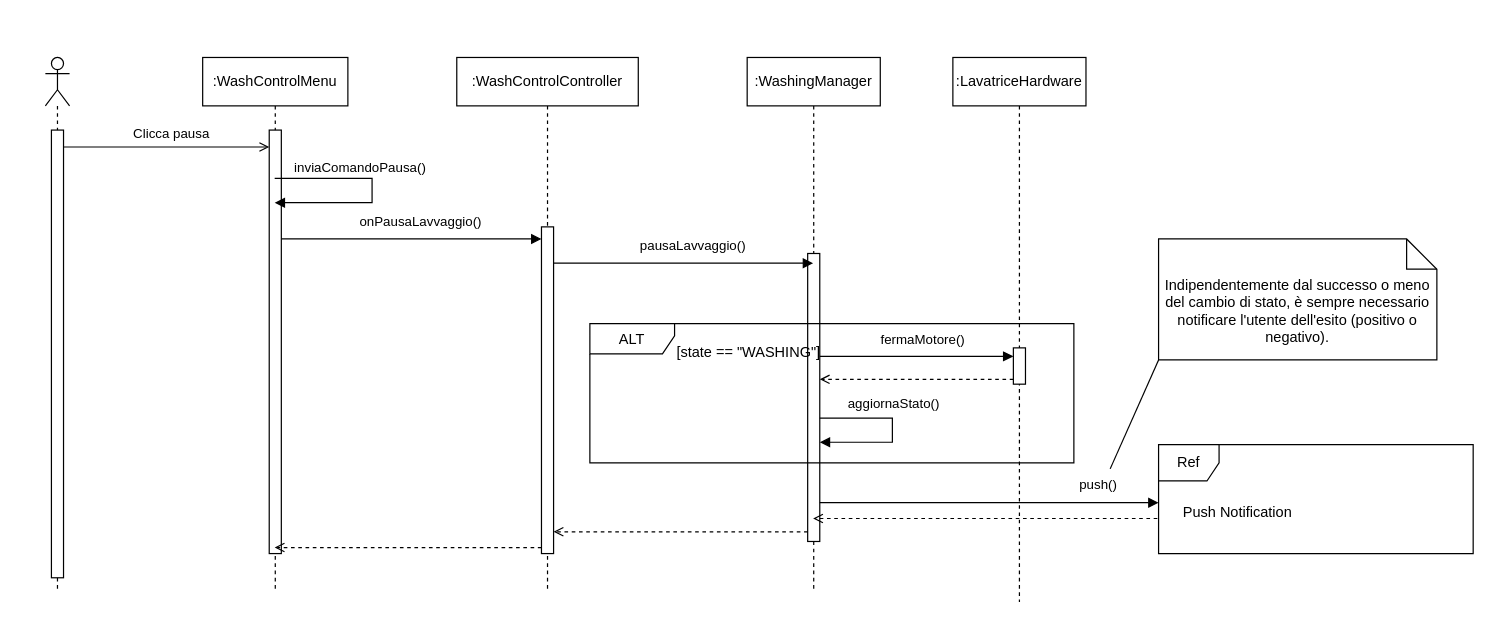
Above: content/seq/seqPausaLav.drawio in uni-aca100/ing-proj (draw.io), before the change. Source tidied: cells renumbered, new cells numbered last; positions are measured from the earlier drawing's top-left corner, leaving out a move shared by most shapes. Both pictures are drawn from the tidied source at 121%, with x=0, y=0 at pixel (45, 57).
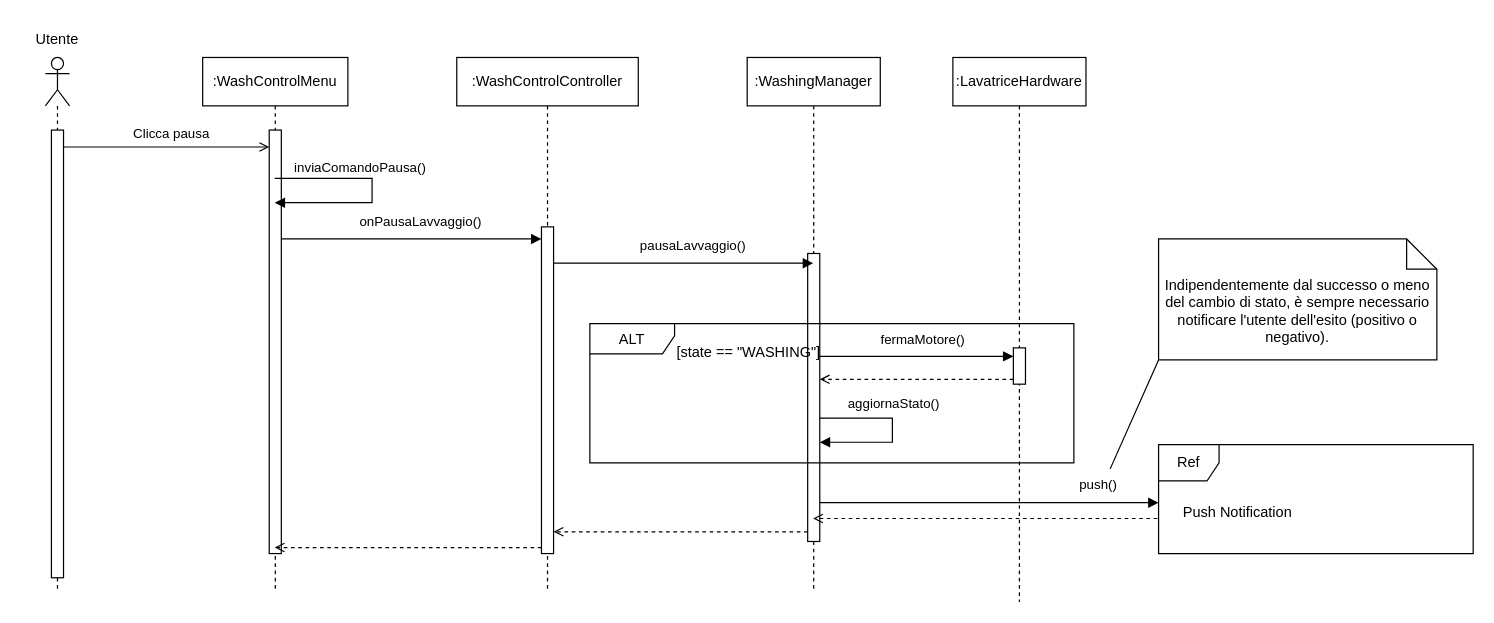
The same diagram, later.

What changed in the source:
```diff
@@
+    <mxCell id="36" value="Utente" style="text;html=1;whiteSpace=wrap;strokeColor=none;fillColor=none;align=center;verticalAlign=middle;rounded=0;" parent="1" vertex="1">
+      <mxGeometry x="-20" y="-30" width="60" height="30" as="geometry" />
+    </mxCell>
```
